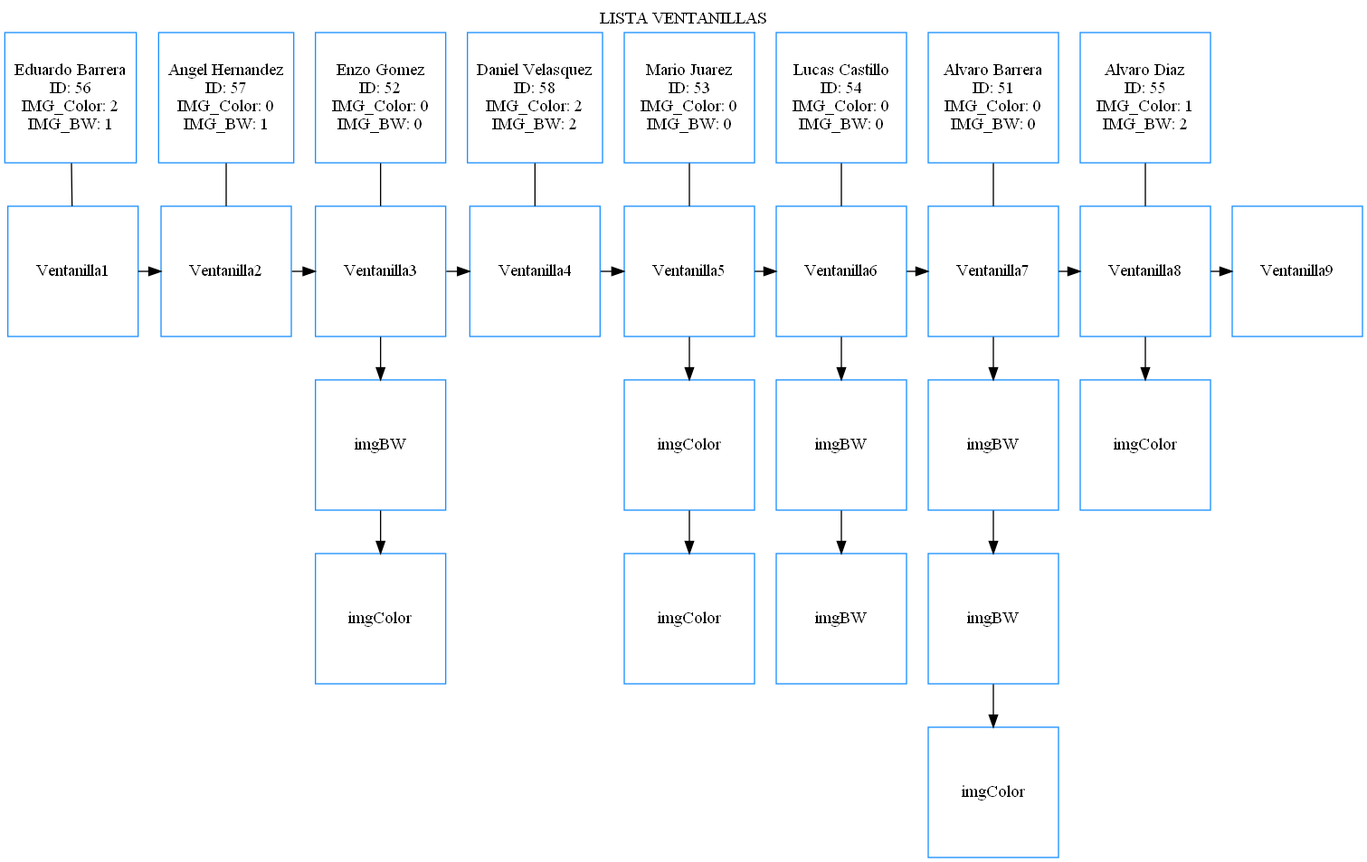
This is [EDD]PROYECTO_FASE1_202010223/ListaVentanilla.png from LuisBarrera23/EDD_PROYECTO_FASE1_202010223, a Graphviz export, as it was before one commit. Its source is kept beside it as [EDD]PROYECTO_FASE1_202010223/ListaVentanilla.dot.
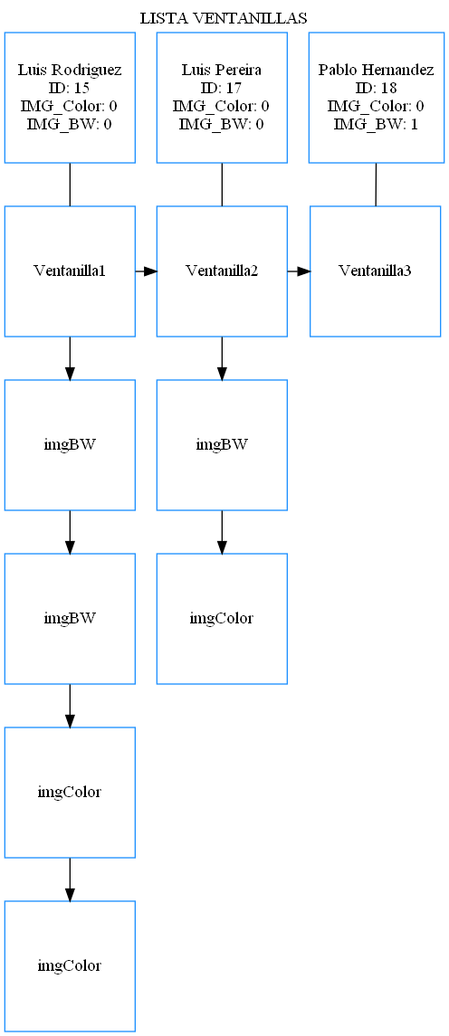
Above is the later version.

What changed in the source:
```diff
@@ -3,73 +3,31 @@
 labelloc = "t"
 node [shape=box,color=dodgerblue1];
 ventanilla1072408673[label="Ventanilla1", width=1.5,height=1.5];
-cliente205797316[label="Eduardo Barrera\nID: 56\nIMG_Color: 2\nIMG_BW: 1", width=1.5,height=1.5];
+cliente885284298[label="Luis Rodriguez\nID: 15\nIMG_Color: 0\nIMG_BW: 0", width=1.5,height=1.5];
+imagen2094548358[label="imgBW", width=1.5,height=1.5];
+imagen51228289[label="imgBW", width=1.5,height=1.5];
+imagen455896770[label="imgColor", width=1.5,height=1.5];
+imagen1323165413[label="imgColor", width=1.5,height=1.5];
 ventanilla1531448569[label="Ventanilla2", width=1.5,height=1.5];
-cliente1267032364[label="Angel Hernandez\nID: 57\nIMG_Color: 0\nIMG_BW: 1", width=1.5,height=1.5];
+cliente1534030866[label="Luis Pereira\nID: 17\nIMG_Color: 0\nIMG_BW: 0", width=1.5,height=1.5];
+imagen1880587981[label="imgBW", width=1.5,height=1.5];
+imagen511754216[label="imgColor", width=1.5,height=1.5];
 ventanilla1867083167[label="Ventanilla3", width=1.5,height=1.5];
-cliente521645586[label="Enzo Gomez\nID: 52\nIMG_Color: 0\nIMG_BW: 0", width=1.5,height=1.5];
-imagen96639997[label="imgBW", width=1.5,height=1.5];
-imagen1558600329[label="imgColor", width=1.5,height=1.5];
-ventanilla1915910607[label="Ventanilla4", width=1.5,height=1.5];
-cliente661672156[label="Daniel Velasquez\nID: 58\nIMG_Color: 2\nIMG_BW: 2", width=1.5,height=1.5];
-ventanilla284720968[label="Ventanilla5", width=1.5,height=1.5];
-cliente1296064247[label="Mario Juarez\nID: 53\nIMG_Color: 0\nIMG_BW: 0", width=1.5,height=1.5];
-imagen128893786[label="imgColor", width=1.5,height=1.5];
-imagen1349277854[label="imgColor", width=1.5,height=1.5];
-ventanilla189568618[label="Ventanilla6", width=1.5,height=1.5];
-cliente1637070917[label="Lucas Castillo\nID: 54\nIMG_Color: 0\nIMG_BW: 0", width=1.5,height=1.5];
-imagen1732398722[label="imgBW", width=1.5,height=1.5];
-imagen1775282465[label="imgBW", width=1.5,height=1.5];
-ventanilla793589513[label="Ventanilla7", width=1.5,height=1.5];
-cliente806353501[label="Alvaro Barrera\nID: 51\nIMG_Color: 0\nIMG_BW: 0", width=1.5,height=1.5];
-imagen1108411398[label="imgBW", width=1.5,height=1.5];
-imagen1147985808[label="imgBW", width=1.5,height=1.5];
-imagen2040495657[label="imgColor", width=1.5,height=1.5];
-ventanilla1313922862[label="Ventanilla8", width=1.5,height=1.5];
-cliente780237624[label="Alvaro Diaz\nID: 55\nIMG_Color: 1\nIMG_BW: 2", width=1.5,height=1.5];
-imagen1394438858[label="imgColor", width=1.5,height=1.5];
-ventanilla495053715[label="Ventanilla9", width=1.5,height=1.5];
-cliente205797316->ventanilla1072408673[dir="none"];
+cliente664223387[label="Pablo Hernandez\nID: 18\nIMG_Color: 0\nIMG_BW: 1", width=1.5,height=1.5];
+cliente885284298->ventanilla1072408673[dir="none"];
 {rank=same
 ventanilla1072408673->ventanilla1531448569
 }
-cliente1267032364->ventanilla1531448569[dir="none"];
+ventanilla1072408673->imagen2094548358;
+imagen2094548358->imagen51228289;
+imagen51228289->imagen455896770;
+imagen455896770->imagen1323165413;
+cliente1534030866->ventanilla1531448569[dir="none"];
 {rank=same
 ventanilla1531448569->ventanilla1867083167
 }
-cliente521645586->ventanilla1867083167[dir="none"];
-{rank=same
-ventanilla1867083167->ventanilla1915910607
-}
-ventanilla1867083167->imagen96639997;
-imagen96639997->imagen1558600329;
-cliente661672156->ventanilla1915910607[dir="none"];
-{rank=same
-ventanilla1915910607->ventanilla284720968
-}
-cliente1296064247->ventanilla284720968[dir="none"];
-{rank=same
-ventanilla284720968->ventanilla189568618
-}
-ventanilla284720968->imagen128893786;
-imagen128893786->imagen1349277854;
-cliente1637070917->ventanilla189568618[dir="none"];
-{rank=same
-ventanilla189568618->ventanilla793589513
-}
-ventanilla189568618->imagen1732398722;
-imagen1732398722->imagen1775282465;
-cliente806353501->ventanilla793589513[dir="none"];
-{rank=same
-ventanilla793589513->ventanilla1313922862
-}
-ventanilla793589513->imagen1108411398;
-imagen1108411398->imagen1147985808;
-imagen1147985808->imagen2040495657;
-cliente780237624->ventanilla1313922862[dir="none"];
-{rank=same
-ventanilla1313922862->ventanilla495053715
-}
-ventanilla1313922862->imagen1394438858;
+ventanilla1531448569->imagen1880587981;
+imagen1880587981->imagen511754216;
+cliente664223387->ventanilla1867083167[dir="none"];
 
 }
```
